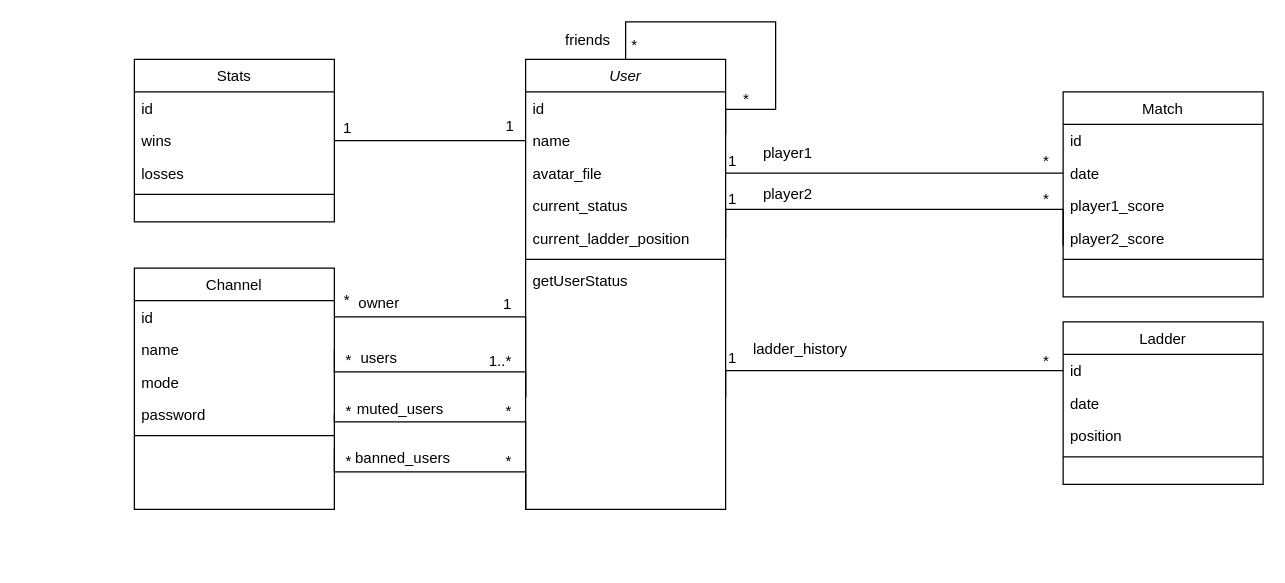
The draw.io diagram datamodel.drawio in transcendence-42/ft_transcendence, before the edit. Source tidied: cells renumbered, new cells numbered last; positions are measured from the earlier drawing's top-left corner, leaving out a move shared by most shapes. Both pictures are drawn from the tidied source at 125%, with x=0, y=0 at pixel (134, 21).
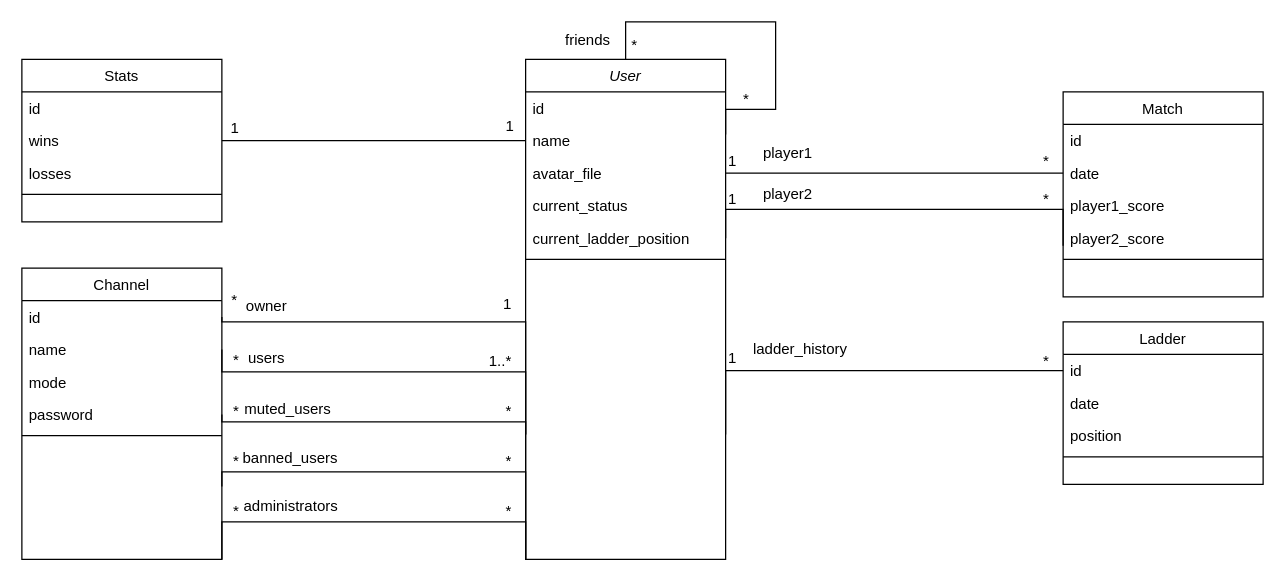
Above is the later version.

The change refers to these unchanged cells:
```xml
<mxCell id="46" value="id" style="text;align=left;verticalAlign=top;spacingLeft=4;spacingRight=4;overflow=hidden;points=[[0,0.5],[1,0.5]];portConstraint=eastwest;" parent="45" vertex="1">
  <mxGeometry y="26" width="160" height="26" as="geometry" />
</mxCell>
<mxCell id="47" value="name" style="text;align=left;verticalAlign=top;spacingLeft=4;spacingRight=4;overflow=hidden;points=[[0,0.5],[1,0.5]];portConstraint=eastwest;rounded=0;shadow=0;html=0;" parent="45" vertex="1">
  <mxGeometry y="52" width="160" height="26" as="geometry" />
</mxCell>
<mxCell id="49" value="password" style="text;align=left;verticalAlign=top;spacingLeft=4;spacingRight=4;overflow=hidden;points=[[0,0.5],[1,0.5]];portConstraint=eastwest;rounded=0;shadow=0;html=0;" parent="45" vertex="1">
  <mxGeometry y="104" width="160" height="26" as="geometry" />
</mxCell>
```

Diff of the diagram source:
```diff
@@
     <mxCell id="2" value="User" style="swimlane;fontStyle=2;align=center;verticalAlign=top;horizontal=1;startSize=26;rounded=0;shadow=0;strokeWidth=1;" parent="1" vertex="1">
-      <mxGeometry x="313" y="30" width="160" height="360" as="geometry" />
+      <mxGeometry x="313" y="30" width="160" height="400" as="geometry" />
     </mxCell>
@@
-    <mxCell id="9" value="getUserStatus" style="text;align=left;verticalAlign=top;spacingLeft=4;spacingRight=4;overflow=hidden;rounded=0;shadow=0;html=0;" parent="2" vertex="1">
-      <mxGeometry y="164" width="160" height="26" as="geometry" />
-    </mxCell>
@@
     <mxCell id="13" value="Stats" style="swimlane;fontStyle=0;align=center;verticalAlign=top;horizontal=1;startSize=26;rounded=0;shadow=0;strokeWidth=1;" parent="1" vertex="1">
-      <mxGeometry y="30" width="160" height="130" as="geometry" />
+      <mxGeometry x="-90" y="30" width="160" height="130" as="geometry" />
     </mxCell>
@@
     <mxCell id="43" value="1" style="align=right;verticalAlign=bottom;labelBackgroundColor=none;fontSize=12;" parent="1" vertex="1">
-      <mxGeometry x="175" y="93" as="geometry" />
+      <mxGeometry x="85" y="93" as="geometry" />
     </mxCell>
@@
     <mxCell id="45" value="Channel" style="swimlane;fontStyle=0;align=center;verticalAlign=top;horizontal=1;startSize=26;rounded=0;shadow=0;strokeWidth=1;" parent="1" vertex="1">
-      <mxGeometry y="197" width="160" height="193" as="geometry" />
+      <mxGeometry x="-90" y="197" width="160" height="233" as="geometry" />
     </mxCell>
@@
     <mxCell id="51" style="endArrow=none;html=1;rounded=0;exitX=1;exitY=0.5;exitDx=0;exitDy=0;entryX=0;entryY=0.75;entryDx=0;entryDy=0;edgeStyle=orthogonalEdgeStyle;" parent="1" edge="1" source="46" target="2">
       <mxGeometry relative="1" as="geometry">
         <Array as="points">
-          <mxPoint x="313" y="236" />
+          <mxPoint x="70" y="240" />
+          <mxPoint x="313" y="240" />
         </Array>
       </mxGeometry>
     </mxCell>
@@
     <mxCell id="53" value="*" style="align=left;verticalAlign=bottom;labelBackgroundColor=none;fontSize=12;" parent="1" vertex="1">
-      <mxGeometry x="166" y="231" as="geometry" />
+      <mxGeometry x="76" y="231" as="geometry" />
     </mxCell>
     <mxCell id="54" value="owner" style="text;html=1;strokeColor=none;fillColor=none;align=center;verticalAlign=middle;whiteSpace=wrap;rounded=0;" parent="1" vertex="1">
-      <mxGeometry x="166" y="210" width="60" height="30" as="geometry" />
+      <mxGeometry x="76" y="213" width="60" height="30" as="geometry" />
     </mxCell>
     <mxCell id="55" style="endArrow=none;html=1;rounded=0;exitX=1;exitY=0.5;exitDx=0;exitDy=0;entryX=0;entryY=0.75;entryDx=0;entryDy=0;edgeStyle=orthogonalEdgeStyle;" parent="1" edge="1" source="47" target="2">
       <mxGeometry relative="1" as="geometry">
         <Array as="points">
-          <mxPoint x="160" y="280" />
+          <mxPoint x="70" y="280" />
           <mxPoint x="313" y="280" />
         </Array>
       </mxGeometry>
     </mxCell>
     <mxCell id="56" value="users" style="text;html=1;strokeColor=none;fillColor=none;align=center;verticalAlign=middle;whiteSpace=wrap;rounded=0;" parent="1" vertex="1">
-      <mxGeometry x="166" y="254" width="60" height="30" as="geometry" />
+      <mxGeometry x="76" y="254" width="60" height="30" as="geometry" />
     </mxCell>
@@
     <mxCell id="58" value="*" style="align=right;verticalAlign=bottom;labelBackgroundColor=none;fontSize=12;" parent="1" vertex="1">
-      <mxGeometry x="175" y="279" as="geometry" />
+      <mxGeometry x="85" y="279" as="geometry" />
     </mxCell>
     <mxCell id="59" style="endArrow=none;html=1;rounded=0;exitX=1;exitY=0.5;exitDx=0;exitDy=0;edgeStyle=orthogonalEdgeStyle;entryX=0;entryY=1;entryDx=0;entryDy=0;" parent="1" edge="1" source="49" target="2">
       <mxGeometry relative="1" as="geometry">
         <Array as="points">
-          <mxPoint x="160" y="320" />
+          <mxPoint x="70" y="320" />
           <mxPoint x="313" y="320" />
         </Array>
       </mxGeometry>
     </mxCell>
     <mxCell id="60" value="muted_users" style="text;html=1;strokeColor=none;fillColor=none;align=center;verticalAlign=middle;whiteSpace=wrap;rounded=0;" parent="1" vertex="1">
-      <mxGeometry x="183" y="295" width="60" height="30" as="geometry" />
+      <mxGeometry x="93" y="295" width="60" height="30" as="geometry" />
     </mxCell>
@@
     <mxCell id="62" value="*" style="align=right;verticalAlign=bottom;labelBackgroundColor=none;fontSize=12;" parent="1" vertex="1">
-      <mxGeometry x="175" y="320" as="geometry" />
+      <mxGeometry x="85" y="320" as="geometry" />
     </mxCell>
     <mxCell id="63" style="endArrow=none;html=1;rounded=0;exitX=1;exitY=0.75;exitDx=0;exitDy=0;entryX=0;entryY=1;entryDx=0;entryDy=0;edgeStyle=orthogonalEdgeStyle;" parent="1" edge="1" source="45" target="2">
       <mxGeometry relative="1" as="geometry">
         <Array as="points">
-          <mxPoint x="160" y="360" />
+          <mxPoint x="70" y="360" />
           <mxPoint x="313" y="360" />
         </Array>
       </mxGeometry>
     </mxCell>
     <mxCell id="64" value="banned_users" style="text;html=1;strokeColor=none;fillColor=none;align=center;verticalAlign=middle;whiteSpace=wrap;rounded=0;" parent="1" vertex="1">
-      <mxGeometry x="175" y="334" width="80" height="30" as="geometry" />
+      <mxGeometry x="85" y="334" width="80" height="30" as="geometry" />
     </mxCell>
@@
     <mxCell id="66" value="*" style="align=right;verticalAlign=bottom;labelBackgroundColor=none;fontSize=12;" parent="1" vertex="1">
-      <mxGeometry x="175" y="360" as="geometry" />
+      <mxGeometry x="85" y="360" as="geometry" />
     </mxCell>
+    <mxCell id="67" style="endArrow=none;html=1;rounded=0;exitX=1;exitY=1;exitDx=0;exitDy=0;entryX=0;entryY=1;entryDx=0;entryDy=0;edgeStyle=orthogonalEdgeStyle;" parent="1" edge="1" source="45" target="2">
+      <mxGeometry relative="1" as="geometry">
+        <Array as="points">
+          <mxPoint x="70" y="400" />
+          <mxPoint x="313" y="400" />
+        </Array>
+      </mxGeometry>
+    </mxCell>
+    <mxCell id="68" value="administrators" style="text;html=1;strokeColor=none;fillColor=none;align=center;verticalAlign=middle;whiteSpace=wrap;rounded=0;" parent="1" vertex="1">
+      <mxGeometry x="85" y="370" width="81" height="36" as="geometry" />
+    </mxCell>
+    <mxCell id="69" value="*" style="align=right;verticalAlign=bottom;labelBackgroundColor=none;fontSize=12;" parent="1" vertex="1">
+      <mxGeometry x="303" y="400" as="geometry" />
+    </mxCell>
+    <mxCell id="70" value="*" style="align=right;verticalAlign=bottom;labelBackgroundColor=none;fontSize=12;" parent="1" vertex="1">
+      <mxGeometry x="85" y="400" as="geometry" />
+    </mxCell>
```
